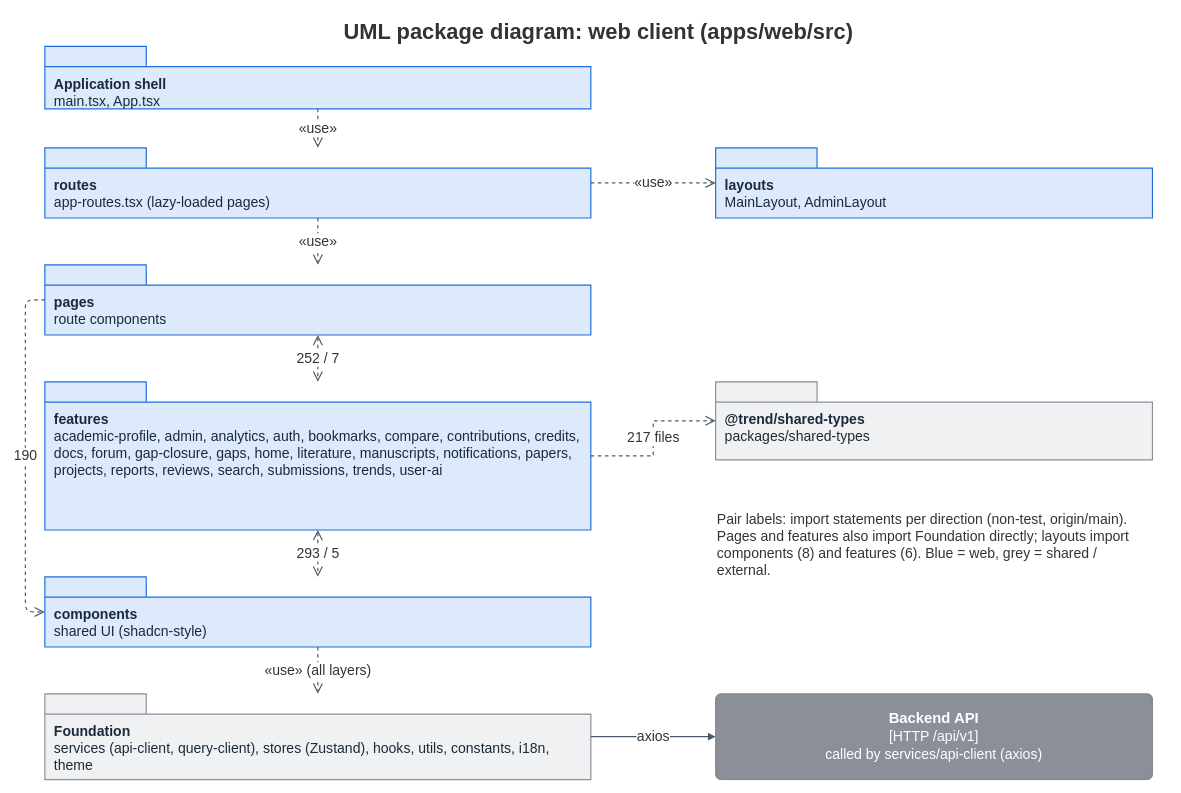
Khoa-Hoa-Technology-Solution-Company/lumi-gap keeps this draw.io diagram as docs/diagrams/report4/R4_Package_Web.drawio. Above is the earlier version. Source tidied: cells renumbered, new cells numbered last; positions are measured from the earlier drawing's top-left corner, leaving out a move shared by most shapes. Both pictures are drawn from the tidied source at 78%, with x=0, y=0 at pixel (25, 13).
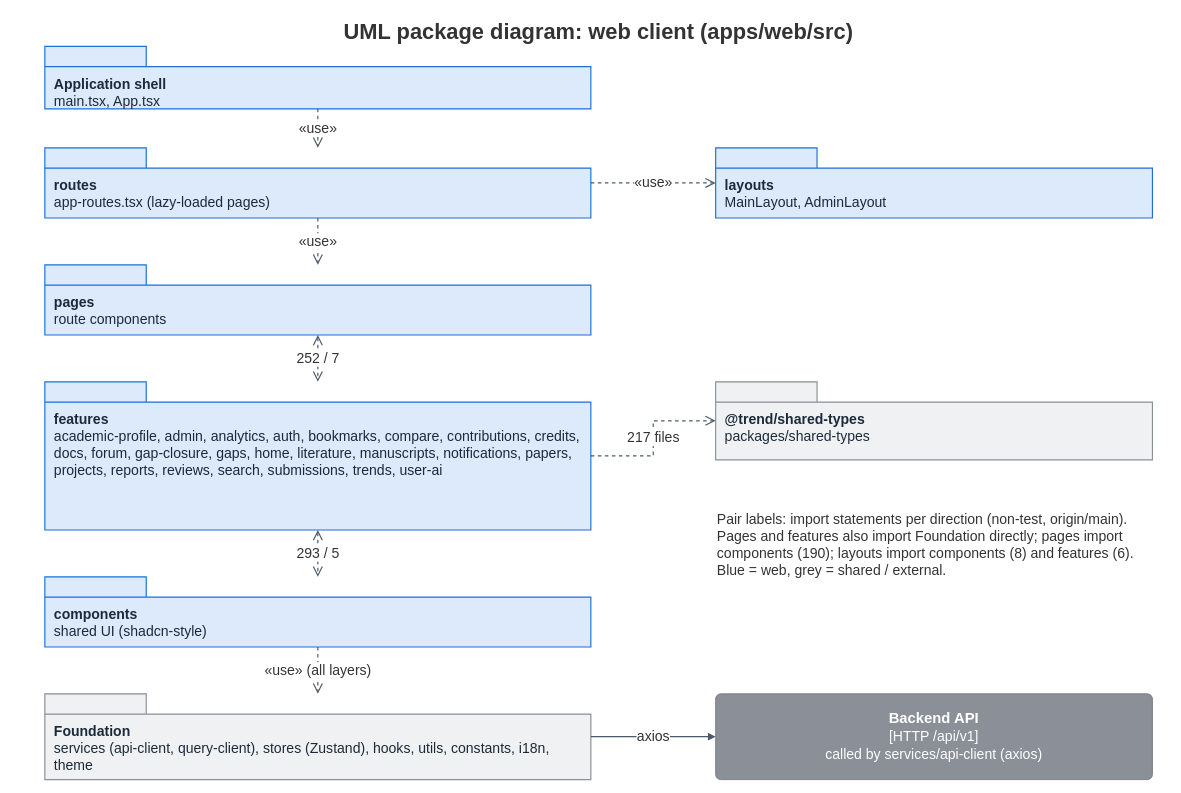
The same diagram, later.

The change refers to these unchanged cells:
```xml
<mxCell id="6" value="&lt;b&gt;pages&lt;/b&gt;&lt;br&gt;route components" style="shape=folder;tabWidth=130;tabHeight=26;tabPosition=left;whiteSpace=wrap;html=1;fillColor=#DCEAFB;strokeColor=#1E6FD9;strokeWidth=1.5;fontColor=#1B2A3A;fontSize=18;align=left;verticalAlign=top;spacingLeft=10;spacingTop=32;spacingRight=8;" parent="1" vertex="1">
  <mxGeometry x="25" y="322" width="700" height="90" as="geometry" />
</mxCell>
<mxCell id="7" value="&lt;b&gt;features&lt;/b&gt;&lt;br&gt;academic-profile, admin, analytics, auth, bookmarks, compare, contributions, credits, docs, forum, gap-closure, gaps, home, literature, manuscripts, notifications, papers, projects, reports, reviews, search, submissions, trends, user-ai" style="shape=folder;tabWidth=130;tabHeight=26;tabPosition=left;whiteSpace=wrap;html=1;fillColor=#DCEAFB;strokeColor=#1E6FD9;strokeWidth=1.5;fontColor=#1B2A3A;fontSize=18;align=left;verticalAlign=top;spacingLeft=10;spacingTop=32;spacingRight=8;" parent="1" vertex="1">
  <mxGeometry x="25" y="472" width="700" height="190" as="geometry" />
</mxCell>
<mxCell id="8" value="&lt;b&gt;components&lt;/b&gt;&lt;br&gt;shared UI (shadcn-style)" style="shape=folder;tabWidth=130;tabHeight=26;tabPosition=left;whiteSpace=wrap;html=1;fillColor=#DCEAFB;strokeColor=#1E6FD9;strokeWidth=1.5;fontColor=#1B2A3A;fontSize=18;align=left;verticalAlign=top;spacingLeft=10;spacingTop=32;spacingRight=8;" parent="1" vertex="1">
  <mxGeometry x="25" y="722" width="700" height="90" as="geometry" />
</mxCell>
<mxCell id="9" value="&lt;b&gt;Foundation&lt;/b&gt;&lt;br&gt;services (api-client, query-client), stores (Zustand), hooks, utils, constants, i18n, theme" style="shape=folder;tabWidth=130;tabHeight=26;tabPosition=left;whiteSpace=wrap;html=1;fillColor=#F0F1F3;strokeColor=#8A8F98;strokeWidth=1.5;fontColor=#1B2A3A;fontSize=18;align=left;verticalAlign=top;spacingLeft=10;spacingTop=32;spacingRight=8;" parent="1" vertex="1">
  <mxGeometry x="25" y="872" width="700" height="110" as="geometry" />
</mxCell>
<mxCell id="10" value="&lt;b&gt;@trend/shared-types&lt;/b&gt;&lt;br&gt;packages/shared-types" style="shape=folder;tabWidth=130;tabHeight=26;tabPosition=left;whiteSpace=wrap;html=1;fillColor=#F0F1F3;strokeColor=#8A8F98;strokeWidth=1.5;fontColor=#1B2A3A;fontSize=18;align=left;verticalAlign=top;spacingLeft=10;spacingTop=32;spacingRight=8;" parent="1" vertex="1">
  <mxGeometry x="885" y="472" width="560" height="100" as="geometry" />
</mxCell>
<mxCell id="11" value="&lt;b&gt;Backend API&lt;/b&gt;&lt;br&gt;&lt;span style=&quot;font-size:18px&quot;&gt;[HTTP /api/v1]&lt;/span&gt;&lt;br&gt;&lt;span style=&quot;font-size:18px&quot;&gt;called by services/api-client (axios)&lt;/span&gt;" style="rounded=1;arcSize=6;whiteSpace=wrap;html=1;fillColor=#8A8F98;fontColor=#ffffff;strokeColor=#6B6F77;fontSize=19;" parent="1" vertex="1">
  <mxGeometry x="885" y="872" width="560" height="110" as="geometry" />
</mxCell>
```

What changed in the source:
```diff
@@
-    <mxCell id="18" value="190" style="html=1;edgeStyle=none;endArrow=open;endFill=0;endSize=10;strokeColor=#4A5A6A;fontSize=18;fontColor=#333333;labelBackgroundColor=#FFFFFF;strokeWidth=1.5;dashed=1;exitX=0;exitY=0.5;exitDx=0;exitDy=0;entryX=0;entryY=0.5;entryDx=0;entryDy=0;" parent="1" edge="1" source="6" target="8">
-      <mxGeometry relative="1" as="geometry">
-        <Array as="points">
-          <mxPoint y="367" />
-          <mxPoint y="767" />
-        </Array>
-      </mxGeometry>
+    <mxCell id="18" value="217 files" style="html=1;edgeStyle=orthogonalEdgeStyle;rounded=0;endArrow=open;endFill=0;endSize=10;strokeColor=#4A5A6A;fontSize=18;fontColor=#333333;labelBackgroundColor=#FFFFFF;strokeWidth=1.5;dashed=1;exitX=1;exitY=0.5;exitDx=0;exitDy=0;entryX=0;entryY=0.5;entryDx=0;entryDy=0;" parent="1" edge="1" source="7" target="10">
+      <mxGeometry relative="1" as="geometry" />
     </mxCell>
-    <mxCell id="19" value="217 files" style="html=1;edgeStyle=orthogonalEdgeStyle;rounded=0;endArrow=open;endFill=0;endSize=10;strokeColor=#4A5A6A;fontSize=18;fontColor=#333333;labelBackgroundColor=#FFFFFF;strokeWidth=1.5;dashed=1;exitX=1;exitY=0.5;exitDx=0;exitDy=0;entryX=0;entryY=0.5;entryDx=0;entryDy=0;" parent="1" edge="1" source="7" target="10">
+    <mxCell id="19" value="axios" style="html=1;edgeStyle=orthogonalEdgeStyle;rounded=0;endArrow=block;endFill=1;strokeColor=#4A5A6A;fontSize=18;fontColor=#333333;labelBackgroundColor=#FFFFFF;strokeWidth=1.5;exitX=1;exitY=0.5;exitDx=0;exitDy=0;entryX=0;entryY=0.5;entryDx=0;entryDy=0;" parent="1" edge="1" source="9" target="11">
       <mxGeometry relative="1" as="geometry" />
     </mxCell>
-    <mxCell id="20" value="axios" style="html=1;edgeStyle=orthogonalEdgeStyle;rounded=0;endArrow=block;endFill=1;strokeColor=#4A5A6A;fontSize=18;fontColor=#333333;labelBackgroundColor=#FFFFFF;strokeWidth=1.5;exitX=1;exitY=0.5;exitDx=0;exitDy=0;entryX=0;entryY=0.5;entryDx=0;entryDy=0;" parent="1" edge="1" source="9" target="11">
-      <mxGeometry relative="1" as="geometry" />
+    <mxCell id="20" value="Pair labels: import statements per direction (non-test, origin/main). Pages and features also import Foundation directly; pages import components (190); layouts import components (8) and features (6). Blue = web, grey = shared / external." style="text;html=1;whiteSpace=wrap;align=left;verticalAlign=top;fontSize=18;fontColor=#333333;" parent="1" vertex="1">
+      <mxGeometry x="885" y="632" width="560" height="200" as="geometry" />
     </mxCell>
-    <mxCell id="21" value="Pair labels: import statements per direction (non-test, origin/main). Pages and features also import Foundation directly; layouts import components (8) and features (6). Blue = web, grey = shared / external." style="text;html=1;whiteSpace=wrap;align=left;verticalAlign=top;fontSize=18;fontColor=#333333;" parent="1" vertex="1">
-      <mxGeometry x="885" y="632" width="560" height="200" as="geometry" />
-    </mxCell>
```
